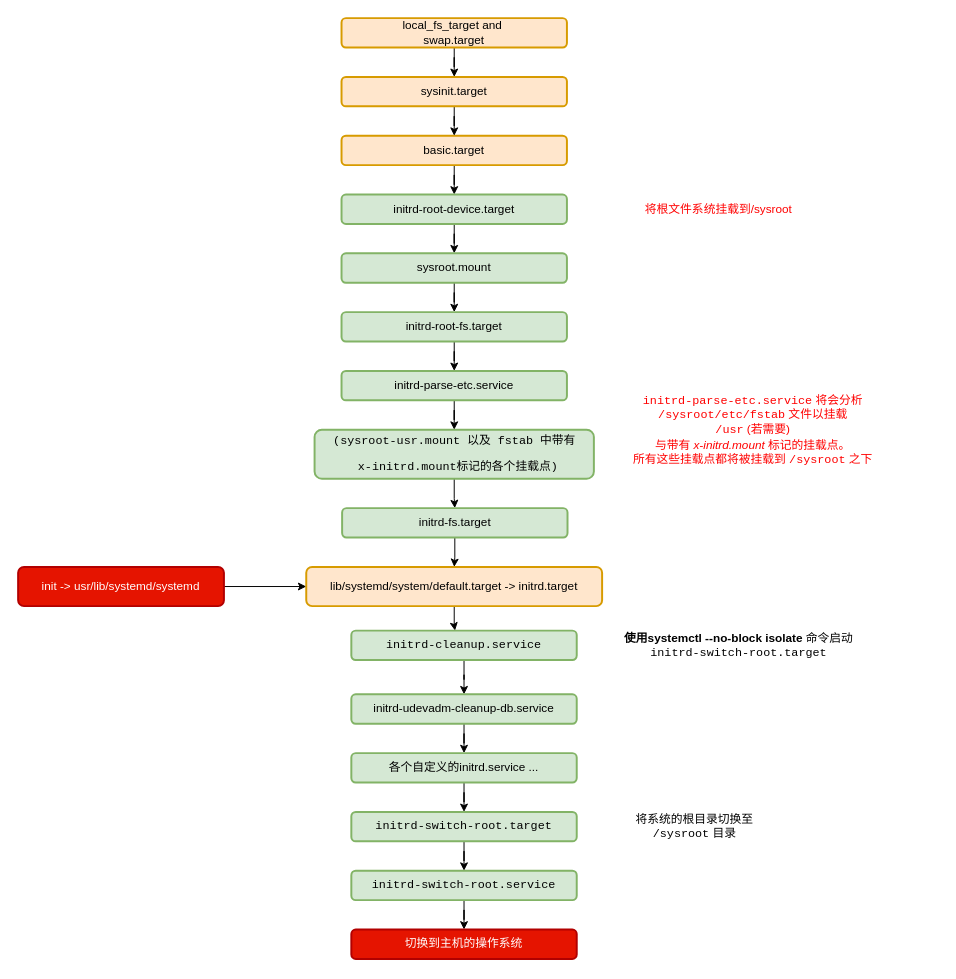
Above: systemd.drawio in wangzhitao1997/drawio (draw.io), before the change. Source tidied: cells renumbered, new cells numbered last; positions are measured from the earlier drawing's top-left corner, leaving out a move shared by most shapes. Both pictures are drawn from the tidied source at 98%, with x=0, y=0 at pixel (18, 18).
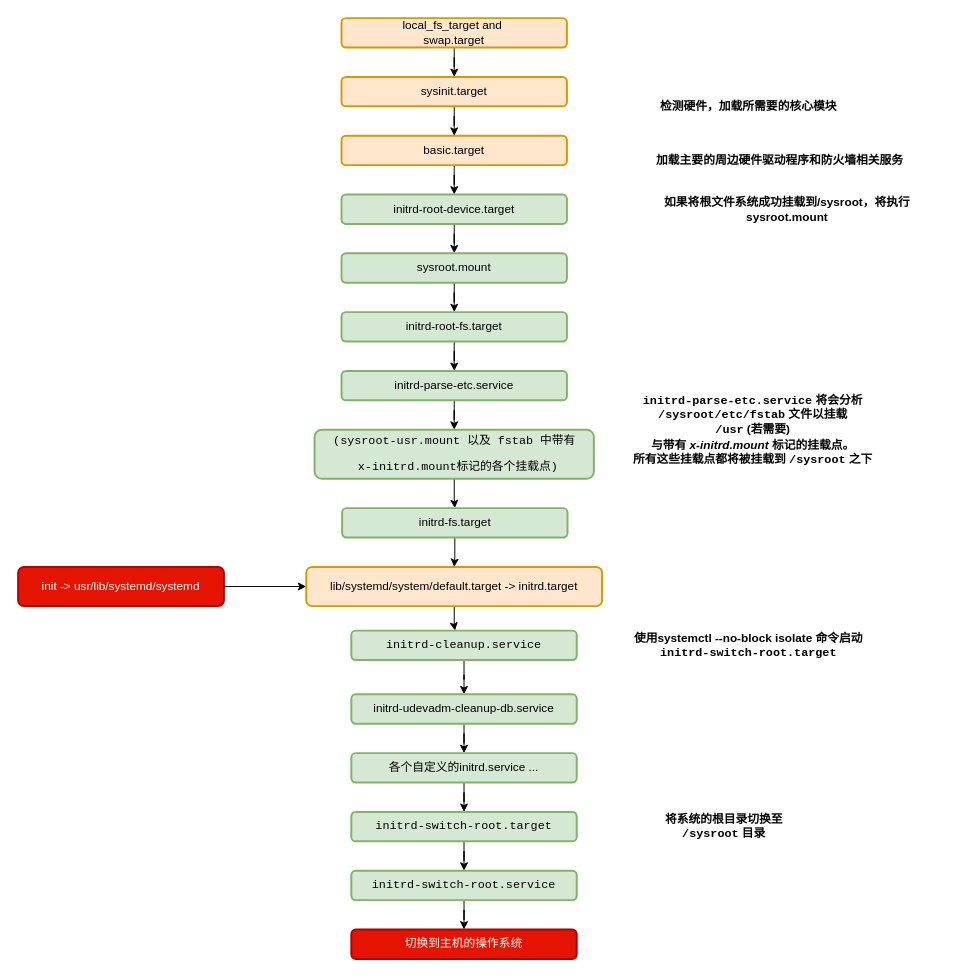
After the change.

What changed in the source:
```diff
@@
-    <mxCell id="24" value="&lt;font color=&quot;#ff0000&quot;&gt;将根文件系统挂载到/sysroot&lt;/font&gt;" style="text;html=1;strokeColor=none;fillColor=none;align=center;verticalAlign=middle;whiteSpace=wrap;rounded=0;" parent="1" vertex="1">
-      <mxGeometry x="630" y="180" width="170" height="30" as="geometry" />
+    <mxCell id="24" value="&lt;font&gt;如果将根文件系统成功挂载到/sysroot，将执行sysroot.mount&lt;/font&gt;" style="text;html=1;strokeColor=none;fillColor=none;align=center;verticalAlign=middle;whiteSpace=wrap;rounded=0;fontStyle=1;fontColor=#000000;" parent="1" vertex="1">
+      <mxGeometry x="630" y="180" width="310" height="30" as="geometry" />
     </mxCell>
-    <mxCell id="25" value="&lt;font color=&quot;#ff0000&quot;&gt;&lt;code class=&quot;filename&quot;&gt;initrd-parse-etc.service&lt;/code&gt; 将会分析&lt;br&gt;    &lt;code class=&quot;filename&quot;&gt;/sysroot/etc/fstab&lt;/code&gt; 文件以挂载&lt;br&gt;    &lt;code class=&quot;filename&quot;&gt;/usr&lt;/code&gt; (若需要)&lt;br&gt;    与带有 &lt;span class=&quot;emphasis&quot;&gt;&lt;em&gt;x-initrd.mount&lt;/em&gt;&lt;/span&gt; 标记的挂载点。&lt;br&gt;    所有这些挂载点都将被挂载到 &lt;code class=&quot;filename&quot;&gt;/sysroot&lt;/code&gt; 之下&lt;/font&gt;" style="text;html=1;strokeColor=none;fillColor=none;align=center;verticalAlign=middle;whiteSpace=wrap;rounded=0;" parent="1" vertex="1">
+    <mxCell id="25" value="&lt;b&gt;&lt;code class=&quot;filename&quot;&gt;initrd-parse-etc.service&lt;/code&gt; 将会分析&lt;br&gt;    &lt;code class=&quot;filename&quot;&gt;/sysroot/etc/fstab&lt;/code&gt; 文件以挂载&lt;br&gt;    &lt;code class=&quot;filename&quot;&gt;/usr&lt;/code&gt; (若需要)&lt;br&gt;    与带有 &lt;span class=&quot;emphasis&quot;&gt;&lt;em&gt;x-initrd.mount&lt;/em&gt;&lt;/span&gt; 标记的挂载点。&lt;br&gt;    所有这些挂载点都将被挂载到 &lt;code class=&quot;filename&quot;&gt;/sysroot&lt;/code&gt; 之下&lt;/b&gt;" style="text;html=1;strokeColor=none;fillColor=none;align=center;verticalAlign=middle;whiteSpace=wrap;rounded=0;" parent="1" vertex="1">
       <mxGeometry x="580" y="380" width="340" height="80" as="geometry" />
     </mxCell>
@@
-    <mxCell id="28" value="&lt;span class=&quot;command&quot;&gt;&lt;strong&gt;使用systemctl --no-block isolate&lt;/strong&gt;&lt;/span&gt; 命令启动&lt;br&gt;    &lt;code class=&quot;filename&quot;&gt;initrd-switch-root.target&lt;/code&gt;" style="text;html=1;align=center;verticalAlign=middle;strokeColor=none;fillColor=none;" parent="1" vertex="1">
-      <mxGeometry x="610" y="625" width="250" height="30" as="geometry" />
+    <mxCell id="28" value="&lt;b&gt;&lt;span class=&quot;command&quot;&gt;使用systemctl --no-block isolate&lt;/span&gt; 命令启动&lt;br&gt;    &lt;code class=&quot;filename&quot;&gt;initrd-switch-root.target&lt;/code&gt;&lt;/b&gt;" style="text;html=1;align=center;verticalAlign=middle;strokeColor=none;fillColor=none;" parent="1" vertex="1">
+      <mxGeometry x="620" y="625" width="250" height="30" as="geometry" />
     </mxCell>
@@
-    <mxCell id="36" value="将系统的根目录切换至&lt;br/&gt;    &lt;code class=&quot;filename&quot;&gt;/sysroot&lt;/code&gt; 目录" style="text;html=1;align=center;verticalAlign=middle;strokeColor=none;fillColor=none;" parent="1" vertex="1">
-      <mxGeometry x="620" y="810" width="140" height="30" as="geometry" />
+    <mxCell id="36" value="&lt;b&gt;将系统的根目录切换至&lt;br&gt;    &lt;code class=&quot;filename&quot;&gt;/sysroot&lt;/code&gt; 目录&lt;/b&gt;" style="text;html=1;align=center;verticalAlign=middle;strokeColor=none;fillColor=none;" parent="1" vertex="1">
+      <mxGeometry x="650" y="810" width="140" height="30" as="geometry" />
     </mxCell>
@@
+    <mxCell id="39" value="加载主要的周边硬件驱动程序和防火墙相关服务" style="text;html=1;strokeColor=none;fillColor=none;align=center;verticalAlign=middle;whiteSpace=wrap;rounded=0;fontStyle=1;" parent="1" vertex="1">
+      <mxGeometry x="635" y="130" width="285" height="30" as="geometry" />
+    </mxCell>
+    <mxCell id="40" value="&lt;b&gt;检测硬件，加载所需要的核心模块&lt;/b&gt;" style="text;html=1;align=center;verticalAlign=middle;strokeColor=none;fillColor=none;fontColor=#000000;" parent="1" vertex="1">
+      <mxGeometry x="645" y="80" width="200" height="20" as="geometry" />
+    </mxCell>
```
